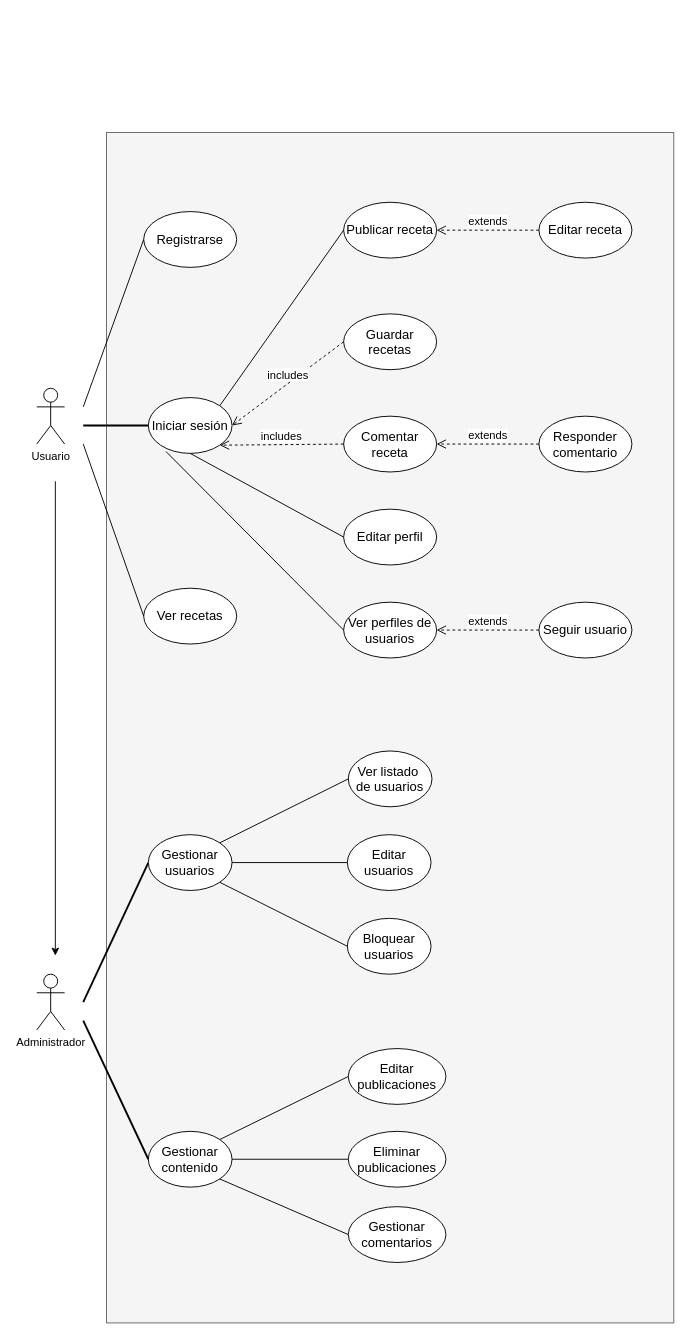
Before: Documentos/Casos de uso.drawio in sergioderon1803/TFG_RRSS_Cocina, a draw.io diagram. Source tidied: cells renumbered, new cells numbered last; positions are measured from the earlier drawing's top-left corner, leaving out a move shared by most shapes. Both pictures are drawn from the tidied source at 93%, with x=0, y=0 at pixel (36, 132).
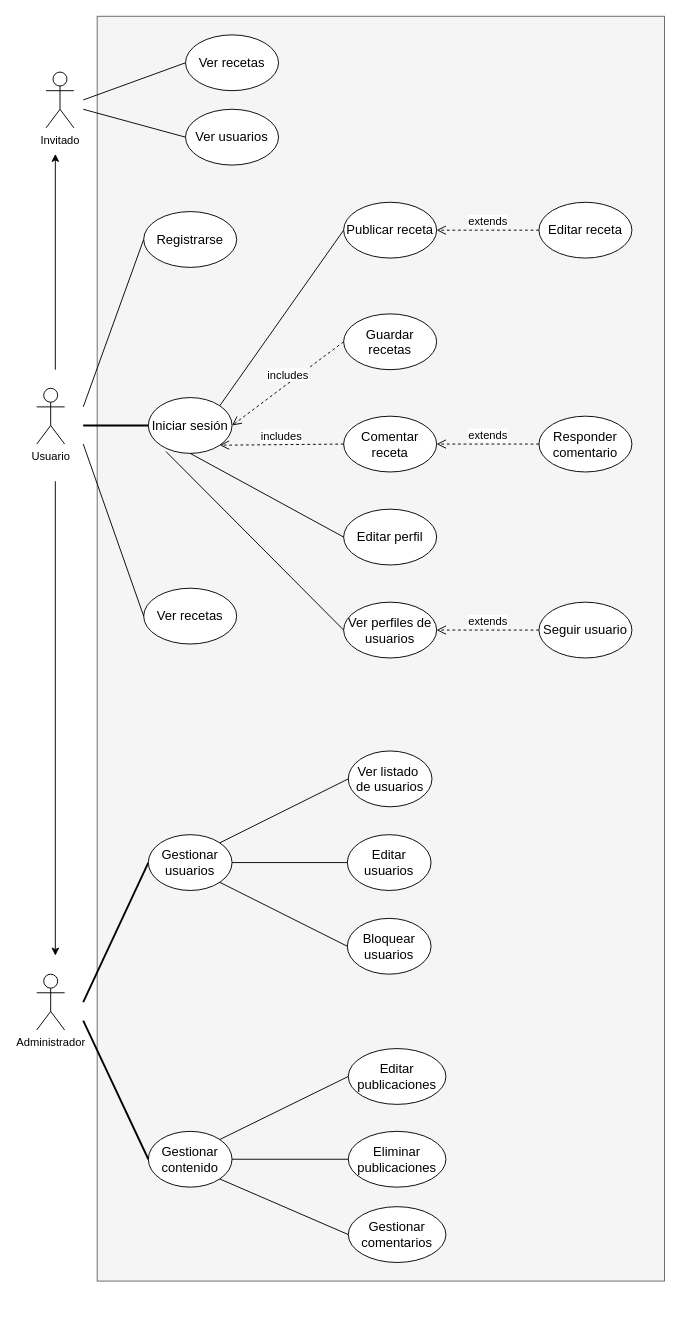
After the change.

Change to the diagram source:
```diff
@@
     <mxCell id="2" style="rounded=0;whiteSpace=wrap;html=1;fillColor=#f5f5f5;fontColor=#333333;strokeColor=#666666;" parent="1" vertex="1">
-      <mxGeometry x="75" width="610" height="1280" as="geometry" />
+      <mxGeometry x="65" y="-125" width="610" height="1360" as="geometry" />
     </mxCell>
@@
+    <mxCell id="44" value="Invitado" style="shape=umlActor;verticalLabelPosition=bottom;verticalAlign=top;html=1;" parent="1" vertex="1">
+      <mxGeometry x="10" y="-65" width="30" height="60" as="geometry" />
+    </mxCell>
+    <mxCell id="45" style="endArrow=classic;html=1;rounded=0;" parent="1" edge="1">
+      <mxGeometry relative="1" as="geometry">
+        <mxPoint x="20" y="255" as="sourcePoint" />
+        <mxPoint x="20" y="23" as="targetPoint" />
+      </mxGeometry>
+    </mxCell>
+    <mxCell id="46" value="&lt;span style=&quot;font-size: 14px;&quot;&gt;Ver recetas&lt;/span&gt;" style="ellipse;whiteSpace=wrap;html=1;" parent="1" vertex="1">
+      <mxGeometry x="160" y="-105" width="100" height="60" as="geometry" />
+    </mxCell>
+    <mxCell id="47" style="endArrow=none;html=1;rounded=0;entryX=0;entryY=0.5;entryDx=0;entryDy=0;" parent="1" edge="1" target="46">
+      <mxGeometry relative="1" as="geometry">
+        <mxPoint x="50" y="-35" as="sourcePoint" />
+      </mxGeometry>
+    </mxCell>
+    <mxCell id="48" value="&lt;span style=&quot;font-size: 14px;&quot;&gt;Ver usuarios&lt;/span&gt;" style="ellipse;whiteSpace=wrap;html=1;" parent="1" vertex="1">
+      <mxGeometry x="160" y="-25" width="100" height="60" as="geometry" />
+    </mxCell>
+    <mxCell id="49" style="endArrow=none;html=1;rounded=0;entryX=0;entryY=0.5;entryDx=0;entryDy=0;" parent="1" edge="1" target="48">
+      <mxGeometry relative="1" as="geometry">
+        <mxPoint x="50" y="-25" as="sourcePoint" />
+      </mxGeometry>
+    </mxCell>
```
